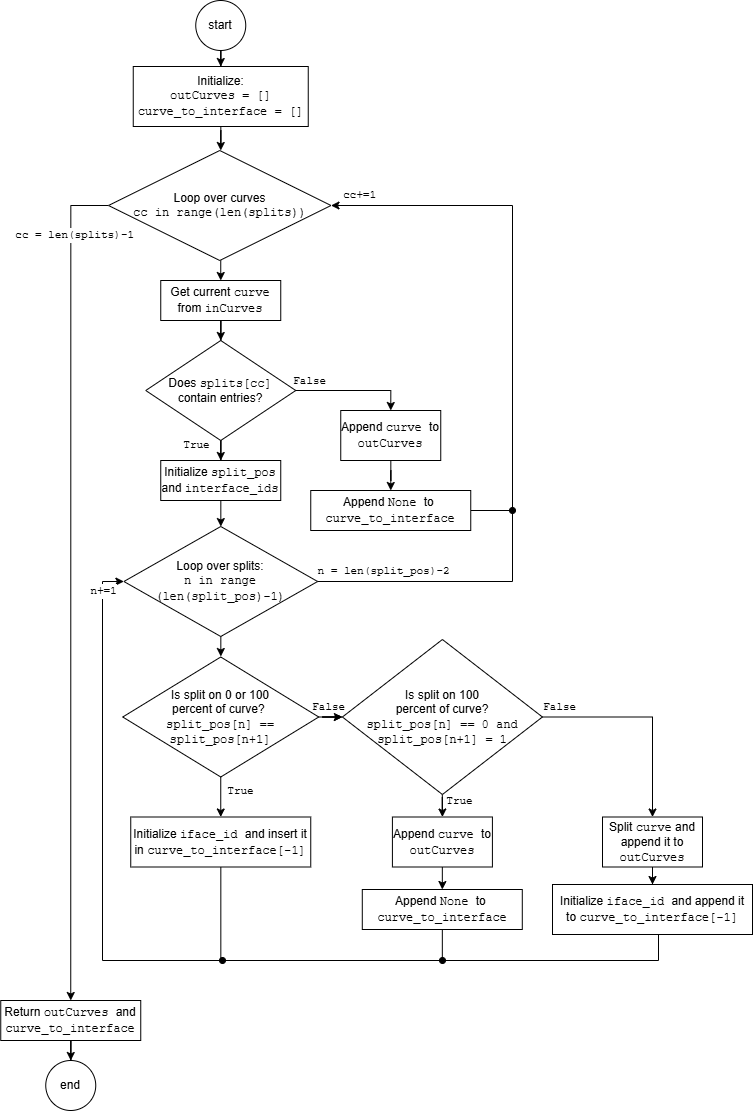
Above: doc/meridionalFigs/createSplits.png in ihs-ustutt/dtOO (draw.io), before the change. Source tidied: cells renumbered, new cells last; positions are measured from the earlier drawing's top-left corner, leaving out a move shared by most shapes.
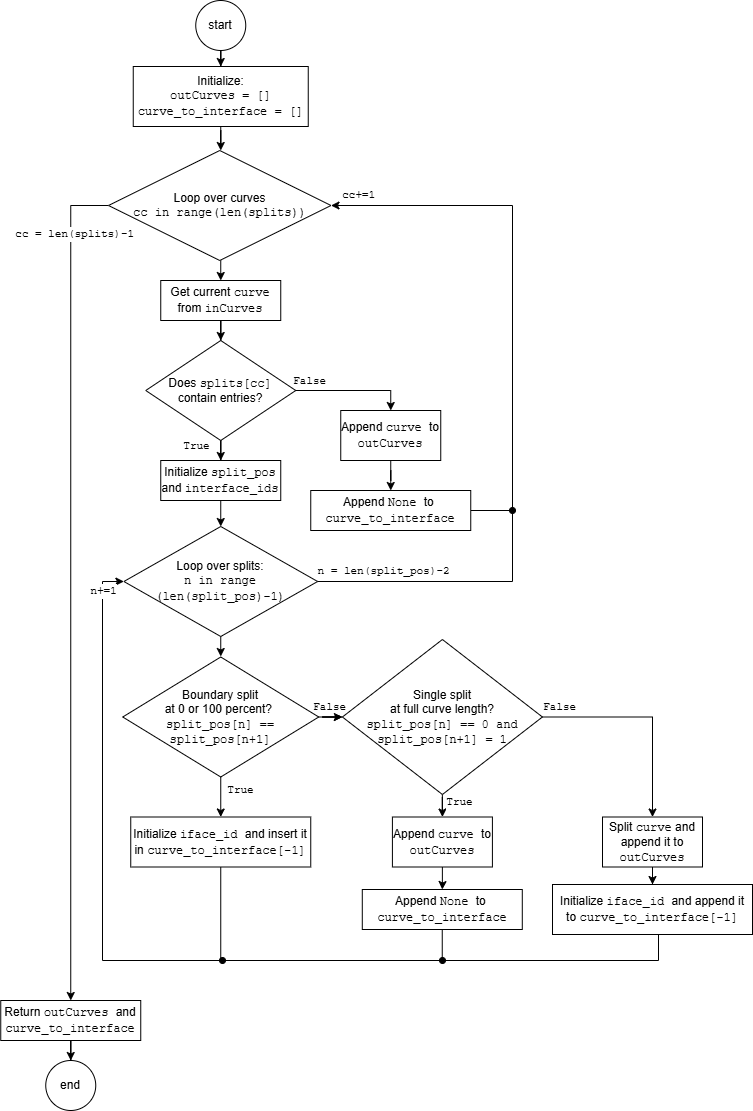
The same file after the commit.

The edit, as a diff of the source:
```diff
@@ -100,7 +100,7 @@
     <mxCell id="25" style="edgeStyle=orthogonalEdgeStyle;rounded=0;jettySize=auto;html=1;" parent="1" edge="1" source="26" target="31">
       <mxGeometry relative="1" as="geometry" />
     </mxCell>
-    <mxCell id="26" value="Is split on 0 or 100 &lt;br&gt;percent of curve?&amp;nbsp;&lt;br&gt;&lt;font face=&quot;Courier New&quot;&gt;split_pos[n] == split_pos[n+1]&lt;/font&gt;" style="rhombus;whiteSpace=wrap;html=1;" parent="1" vertex="1">
+    <mxCell id="26" value="Boundary split &lt;br&gt;at 0 or 100 percent?&amp;nbsp;&lt;br&gt;&lt;font face=&quot;Courier New&quot;&gt;split_pos[n] == split_pos[n+1]&lt;/font&gt;" style="rhombus;whiteSpace=wrap;html=1;" parent="1" vertex="1">
       <mxGeometry x="122.2" y="656.5" width="196" height="120" as="geometry" />
     </mxCell>
     <mxCell id="27" style="edgeStyle=orthogonalEdgeStyle;rounded=0;jettySize=auto;html=1;entryX=0.5;entryY=0;entryDx=0;entryDy=0;" parent="1" edge="1" source="31" target="40">
@@ -119,7 +119,7 @@
         <mxPoint x="-4" y="-9" as="offset" />
       </mxGeometry>
     </mxCell>
-    <mxCell id="31" value="Is split on 100 &lt;br&gt;percent of curve?&lt;br&gt;&lt;font face=&quot;Courier New&quot;&gt;split_pos[n] == 0 and&lt;/font&gt;&lt;br&gt;&lt;font face=&quot;Courier New&quot;&gt;split_pos[n+1] = 1&lt;/font&gt;" style="rhombus;whiteSpace=wrap;html=1;" parent="1" vertex="1">
+    <mxCell id="31" value="Single split&lt;br&gt;at full curve length?&lt;br&gt;&lt;font face=&quot;Courier New&quot;&gt;split_pos[n] == 0 and&lt;/font&gt;&lt;br&gt;&lt;font face=&quot;Courier New&quot;&gt;split_pos[n+1] = 1&lt;/font&gt;" style="rhombus;whiteSpace=wrap;html=1;" parent="1" vertex="1">
       <mxGeometry x="341.9" y="639" width="200" height="155" as="geometry" />
     </mxCell>
     <mxCell id="32" style="edgeStyle=orthogonalEdgeStyle;rounded=0;jettySize=auto;html=1;" parent="1" edge="1" source="33" target="20">
```
